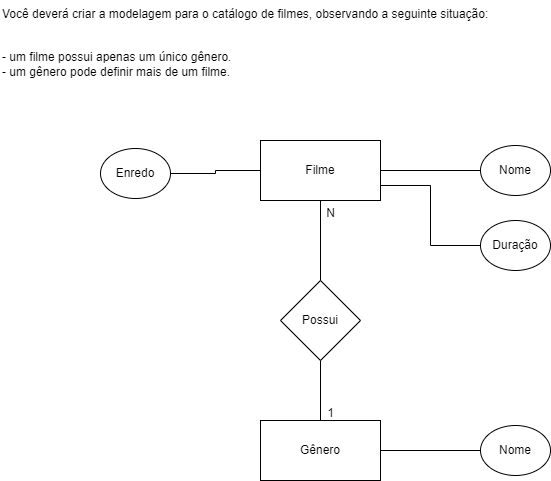
Before: 2ºSemestre/Banco de dados (1)/modelo, entidade e relacionamento/aula 3 24.07 exercicios/1.0/1.0.drawio.png, a diagram exported from draw.io (Filipe-Gois/Senai). Source tidied: cells renumbered, new cells last; positions are measured from the earlier drawing's top-left corner, leaving out a move shared by most shapes.
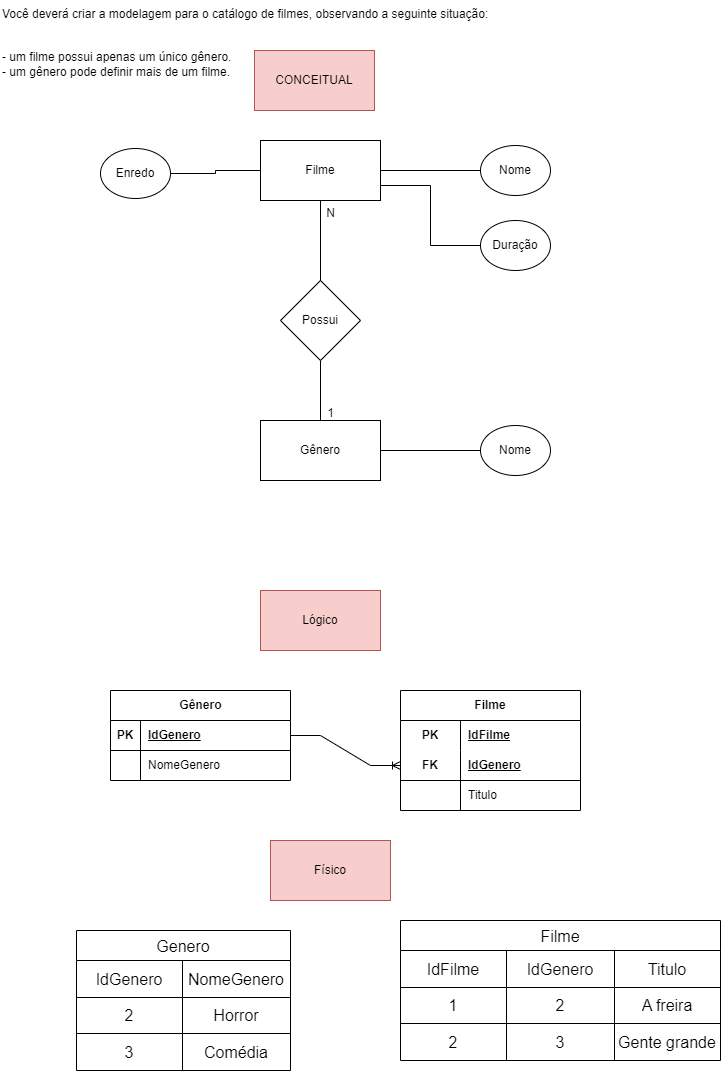
The same diagram one commit later.

The edit, as a diff of the source:
```diff
@@ -50,5 +50,137 @@
     <mxCell id="17" value="Você deverá criar a modelagem para o catálogo de filmes, observando a seguinte situação:&#10;&#10;&#10;- um filme possui apenas um único gênero.&#10;- um gênero pode definir mais de um filme." style="text;whiteSpace=wrap;" parent="1" vertex="1">
       <mxGeometry width="520" height="100" as="geometry" />
     </mxCell>
+    <mxCell id="18" value="CONCEITUAL" style="rounded=0;whiteSpace=wrap;html=1;fillColor=#f8cecc;strokeColor=#b85450;" parent="1" vertex="1">
+      <mxGeometry x="254" y="50" width="120" height="60" as="geometry" />
+    </mxCell>
+    <mxCell id="19" value="Lógico" style="rounded=0;whiteSpace=wrap;html=1;fillColor=#f8cecc;strokeColor=#b85450;" parent="1" vertex="1">
+      <mxGeometry x="260" y="590" width="120" height="60" as="geometry" />
+    </mxCell>
+    <mxCell id="20" value="Gênero" style="shape=table;startSize=30;rowLines=0;fontStyle=1;align=center;html=1;" parent="1" vertex="1">
+      <mxGeometry x="110" y="690" width="180" height="90" as="geometry" />
+    </mxCell>
+    <mxCell id="21" style="shape=tableRow;horizontal=0;startSize=0;swimlaneHead=0;swimlaneBody=0;fillColor=none;points=[[0,0.5],[1,0.5]];portConstraint=eastwest;top=0;left=0;right=0;bottom=1;" parent="20" vertex="1">
+      <mxGeometry y="30" width="180" height="30" as="geometry" />
+    </mxCell>
+    <mxCell id="22" value="PK" style="shape=partialRectangle;fillColor=none;top=0;left=0;bottom=0;right=0;fontStyle=1;overflow=hidden;whiteSpace=wrap;html=1;" parent="21" vertex="1">
+      <mxGeometry width="30" height="30" as="geometry" />
+    </mxCell>
+    <mxCell id="23" value="IdGenero" style="shape=partialRectangle;fillColor=none;top=0;left=0;bottom=0;right=0;align=left;spacingLeft=6;fontStyle=5;overflow=hidden;whiteSpace=wrap;html=1;" parent="21" vertex="1">
+      <mxGeometry x="30" width="150" height="30" as="geometry" />
+    </mxCell>
+    <mxCell id="24" style="shape=tableRow;horizontal=0;startSize=0;swimlaneHead=0;swimlaneBody=0;fillColor=none;top=0;left=0;right=0;bottom=0;" parent="20" vertex="1">
+      <mxGeometry y="60" width="180" height="30" as="geometry" />
+    </mxCell>
+    <mxCell id="25" style="shape=partialRectangle;fillColor=none;top=0;left=0;bottom=0;right=0;overflow=hidden;whiteSpace=wrap;html=1;" parent="24" vertex="1">
+      <mxGeometry width="30" height="30" as="geometry" />
+    </mxCell>
+    <mxCell id="26" value="NomeGenero" style="shape=partialRectangle;fillColor=none;top=0;left=0;bottom=0;right=0;align=left;spacingLeft=6;overflow=hidden;whiteSpace=wrap;html=1;" parent="24" vertex="1">
+      <mxGeometry x="30" width="150" height="30" as="geometry" />
+    </mxCell>
+    <mxCell id="27" value="Filme" style="shape=table;startSize=30;rowLines=0;fontStyle=1;align=center;html=1;whiteSpace=wrap;" parent="1" vertex="1">
+      <mxGeometry x="400" y="690" width="180" height="120" as="geometry" />
+    </mxCell>
+    <mxCell id="28" style="shape=tableRow;horizontal=0;startSize=0;swimlaneHead=0;swimlaneBody=0;fillColor=none;top=0;left=0;right=0;bottom=0;html=1;" parent="27" vertex="1">
+      <mxGeometry y="30" width="180" height="30" as="geometry" />
+    </mxCell>
+    <mxCell id="29" value="PK" style="shape=partialRectangle;fillColor=none;top=0;left=0;bottom=0;right=0;fontStyle=1;overflow=hidden;html=1;whiteSpace=wrap;" parent="28" vertex="1">
+      <mxGeometry width="60" height="30" as="geometry" />
+    </mxCell>
+    <mxCell id="30" value="IdFilme" style="shape=partialRectangle;fillColor=none;top=0;left=0;bottom=0;right=0;align=left;spacingLeft=6;fontStyle=5;overflow=hidden;html=1;whiteSpace=wrap;" parent="28" vertex="1">
+      <mxGeometry x="60" width="120" height="30" as="geometry" />
+    </mxCell>
+    <mxCell id="31" style="shape=tableRow;horizontal=0;startSize=0;swimlaneHead=0;swimlaneBody=0;fillColor=none;points=[[0,0.5],[1,0.5]];portConstraint=eastwest;top=0;left=0;right=0;bottom=1;html=1;" parent="27" vertex="1">
+      <mxGeometry y="60" width="180" height="30" as="geometry" />
+    </mxCell>
+    <mxCell id="32" value="FK" style="shape=partialRectangle;fillColor=none;top=0;left=0;bottom=0;right=0;fontStyle=1;overflow=hidden;html=1;whiteSpace=wrap;" parent="31" vertex="1">
+      <mxGeometry width="60" height="30" as="geometry" />
+    </mxCell>
+    <mxCell id="33" value="IdGenero" style="shape=partialRectangle;fillColor=none;top=0;left=0;bottom=0;right=0;align=left;spacingLeft=6;fontStyle=5;overflow=hidden;html=1;whiteSpace=wrap;" parent="31" vertex="1">
+      <mxGeometry x="60" width="120" height="30" as="geometry" />
+    </mxCell>
+    <mxCell id="34" style="shape=tableRow;horizontal=0;startSize=0;swimlaneHead=0;swimlaneBody=0;fillColor=none;top=0;left=0;right=0;bottom=0;html=1;" parent="27" vertex="1">
+      <mxGeometry y="90" width="180" height="30" as="geometry" />
+    </mxCell>
+    <mxCell id="35" style="shape=partialRectangle;fillColor=none;top=0;left=0;bottom=0;right=0;overflow=hidden;html=1;whiteSpace=wrap;" parent="34" vertex="1">
+      <mxGeometry width="60" height="30" as="geometry" />
+    </mxCell>
+    <mxCell id="36" value="Titulo" style="shape=partialRectangle;fillColor=none;top=0;left=0;bottom=0;right=0;align=left;spacingLeft=6;overflow=hidden;html=1;whiteSpace=wrap;" parent="34" vertex="1">
+      <mxGeometry x="60" width="120" height="30" as="geometry" />
+    </mxCell>
+    <mxCell id="37" style="edgeStyle=entityRelationEdgeStyle;fontSize=12;html=1;endArrow=ERoneToMany;rounded=0;exitX=1;exitY=0.5;exitDx=0;exitDy=0;entryX=0;entryY=0.5;entryDx=0;entryDy=0;" parent="1" edge="1" source="21" target="31">
+      <mxGeometry relative="1" as="geometry" />
+    </mxCell>
+    <mxCell id="38" value="Físico" style="rounded=0;whiteSpace=wrap;html=1;fillColor=#f8cecc;strokeColor=#b85450;" parent="1" vertex="1">
+      <mxGeometry x="270" y="840" width="120" height="60" as="geometry" />
+    </mxCell>
+    <mxCell id="39" value="Genero" style="shape=table;startSize=30;strokeColor=default;fontSize=16;" parent="1" vertex="1">
+      <mxGeometry x="76" y="930" width="214" height="140" as="geometry" />
+    </mxCell>
+    <mxCell id="40" style="shape=tableRow;horizontal=0;startSize=0;swimlaneHead=0;swimlaneBody=0;strokeColor=inherit;top=0;left=0;bottom=0;right=0;fillColor=none;fontSize=16;" parent="39" vertex="1">
+      <mxGeometry y="30" width="214" height="37" as="geometry" />
+    </mxCell>
+    <mxCell id="41" value="IdGenero" style="shape=partialRectangle;html=1;whiteSpace=wrap;strokeColor=inherit;overflow=hidden;fillColor=none;top=0;left=0;bottom=0;right=0;fontSize=16;" parent="40" vertex="1">
+      <mxGeometry width="106" height="37" as="geometry" />
+    </mxCell>
+    <mxCell id="42" value="NomeGenero" style="shape=partialRectangle;html=1;whiteSpace=wrap;strokeColor=inherit;overflow=hidden;fillColor=none;top=0;left=0;bottom=0;right=0;fontSize=16;" parent="40" vertex="1">
+      <mxGeometry x="106" width="108" height="37" as="geometry" />
+    </mxCell>
+    <mxCell id="43" style="shape=tableRow;horizontal=0;startSize=0;swimlaneHead=0;swimlaneBody=0;strokeColor=inherit;top=0;left=0;bottom=0;right=0;fillColor=none;fontSize=16;" parent="39" vertex="1">
+      <mxGeometry y="67" width="214" height="36" as="geometry" />
+    </mxCell>
+    <mxCell id="44" value="2" style="shape=partialRectangle;html=1;whiteSpace=wrap;strokeColor=inherit;overflow=hidden;fillColor=none;top=0;left=0;bottom=0;right=0;fontSize=16;" parent="43" vertex="1">
+      <mxGeometry width="106" height="36" as="geometry" />
+    </mxCell>
+    <mxCell id="45" value="Horror" style="shape=partialRectangle;html=1;whiteSpace=wrap;strokeColor=inherit;overflow=hidden;fillColor=none;top=0;left=0;bottom=0;right=0;fontSize=16;" parent="43" vertex="1">
+      <mxGeometry x="106" width="108" height="36" as="geometry" />
+    </mxCell>
+    <mxCell id="46" style="shape=tableRow;horizontal=0;startSize=0;swimlaneHead=0;swimlaneBody=0;strokeColor=inherit;top=0;left=0;bottom=0;right=0;fillColor=none;fontSize=16;" parent="39" vertex="1">
+      <mxGeometry y="103" width="214" height="37" as="geometry" />
+    </mxCell>
+    <mxCell id="47" value="3" style="shape=partialRectangle;html=1;whiteSpace=wrap;strokeColor=inherit;overflow=hidden;fillColor=none;top=0;left=0;bottom=0;right=0;fontSize=16;" parent="46" vertex="1">
+      <mxGeometry width="106" height="37" as="geometry" />
+    </mxCell>
+    <mxCell id="48" value="Comédia" style="shape=partialRectangle;html=1;whiteSpace=wrap;strokeColor=inherit;overflow=hidden;fillColor=none;top=0;left=0;bottom=0;right=0;fontSize=16;" parent="46" vertex="1">
+      <mxGeometry x="106" width="108" height="37" as="geometry" />
+    </mxCell>
+    <mxCell id="49" value="Filme" style="shape=table;startSize=30;strokeColor=default;fontSize=16;" parent="1" vertex="1">
+      <mxGeometry x="400" y="920" width="320" height="140" as="geometry" />
+    </mxCell>
+    <mxCell id="50" style="shape=tableRow;horizontal=0;startSize=0;swimlaneHead=0;swimlaneBody=0;strokeColor=inherit;top=0;left=0;bottom=0;right=0;fillColor=none;fontSize=16;" parent="49" vertex="1">
+      <mxGeometry y="30" width="320" height="37" as="geometry" />
+    </mxCell>
+    <mxCell id="51" value="IdFilme" style="shape=partialRectangle;html=1;whiteSpace=wrap;strokeColor=inherit;overflow=hidden;fillColor=none;top=0;left=0;bottom=0;right=0;fontSize=16;" parent="50" vertex="1">
+      <mxGeometry width="106" height="37" as="geometry" />
+    </mxCell>
+    <mxCell id="52" value="IdGenero" style="shape=partialRectangle;html=1;whiteSpace=wrap;strokeColor=inherit;overflow=hidden;fillColor=none;top=0;left=0;bottom=0;right=0;fontSize=16;" parent="50" vertex="1">
+      <mxGeometry x="106" width="108" height="37" as="geometry" />
+    </mxCell>
+    <mxCell id="53" value="Titulo" style="shape=partialRectangle;html=1;whiteSpace=wrap;strokeColor=inherit;overflow=hidden;fillColor=none;top=0;left=0;bottom=0;right=0;fontSize=16;" parent="50" vertex="1">
+      <mxGeometry x="214" width="106" height="37" as="geometry" />
+    </mxCell>
+    <mxCell id="54" style="shape=tableRow;horizontal=0;startSize=0;swimlaneHead=0;swimlaneBody=0;strokeColor=inherit;top=0;left=0;bottom=0;right=0;fillColor=none;fontSize=16;" parent="49" vertex="1">
+      <mxGeometry y="67" width="320" height="36" as="geometry" />
+    </mxCell>
+    <mxCell id="55" value="1" style="shape=partialRectangle;html=1;whiteSpace=wrap;strokeColor=inherit;overflow=hidden;fillColor=none;top=0;left=0;bottom=0;right=0;fontSize=16;" parent="54" vertex="1">
+      <mxGeometry width="106" height="36" as="geometry" />
+    </mxCell>
+    <mxCell id="56" value="2" style="shape=partialRectangle;html=1;whiteSpace=wrap;strokeColor=inherit;overflow=hidden;fillColor=none;top=0;left=0;bottom=0;right=0;fontSize=16;" parent="54" vertex="1">
+      <mxGeometry x="106" width="108" height="36" as="geometry" />
+    </mxCell>
+    <mxCell id="57" value="A freira" style="shape=partialRectangle;html=1;whiteSpace=wrap;strokeColor=inherit;overflow=hidden;fillColor=none;top=0;left=0;bottom=0;right=0;fontSize=16;" parent="54" vertex="1">
+      <mxGeometry x="214" width="106" height="36" as="geometry" />
+    </mxCell>
+    <mxCell id="58" style="shape=tableRow;horizontal=0;startSize=0;swimlaneHead=0;swimlaneBody=0;strokeColor=inherit;top=0;left=0;bottom=0;right=0;fillColor=none;fontSize=16;" parent="49" vertex="1">
+      <mxGeometry y="103" width="320" height="37" as="geometry" />
+    </mxCell>
+    <mxCell id="59" value="2" style="shape=partialRectangle;html=1;whiteSpace=wrap;strokeColor=inherit;overflow=hidden;fillColor=none;top=0;left=0;bottom=0;right=0;fontSize=16;" parent="58" vertex="1">
+      <mxGeometry width="106" height="37" as="geometry" />
+    </mxCell>
+    <mxCell id="60" value="3" style="shape=partialRectangle;html=1;whiteSpace=wrap;strokeColor=inherit;overflow=hidden;fillColor=none;top=0;left=0;bottom=0;right=0;fontSize=16;" parent="58" vertex="1">
+      <mxGeometry x="106" width="108" height="37" as="geometry" />
+    </mxCell>
+    <mxCell id="61" value="Gente grande" style="shape=partialRectangle;html=1;whiteSpace=wrap;strokeColor=inherit;overflow=hidden;fillColor=none;top=0;left=0;bottom=0;right=0;fontSize=16;" parent="58" vertex="1">
+      <mxGeometry x="214" width="106" height="37" as="geometry" />
+    </mxCell>
   </root>
 </mxGraphModel>
```
